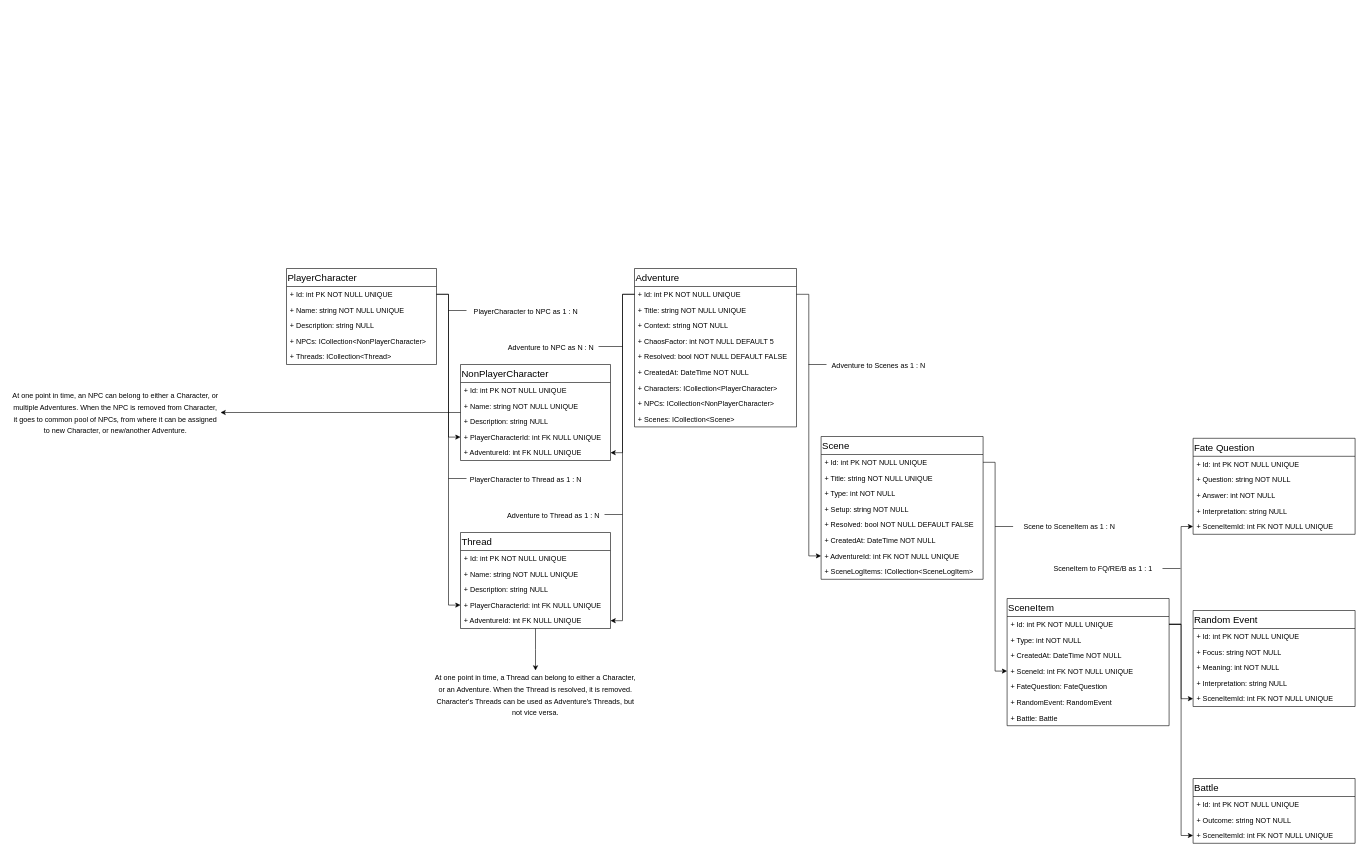
StanisKo/MGME keeps this draw.io diagram as page "Data Structure" (3 of 3) of App Flow and Data Structure.drawio. Above is the earlier version. Source tidied: cells renumbered, new cells numbered last; positions are measured from the earlier drawing's top-left corner, leaving out a move shared by most shapes. Both pictures are drawn from the tidied source at 60%, with x=0, y=0 at pixel (10, 268).
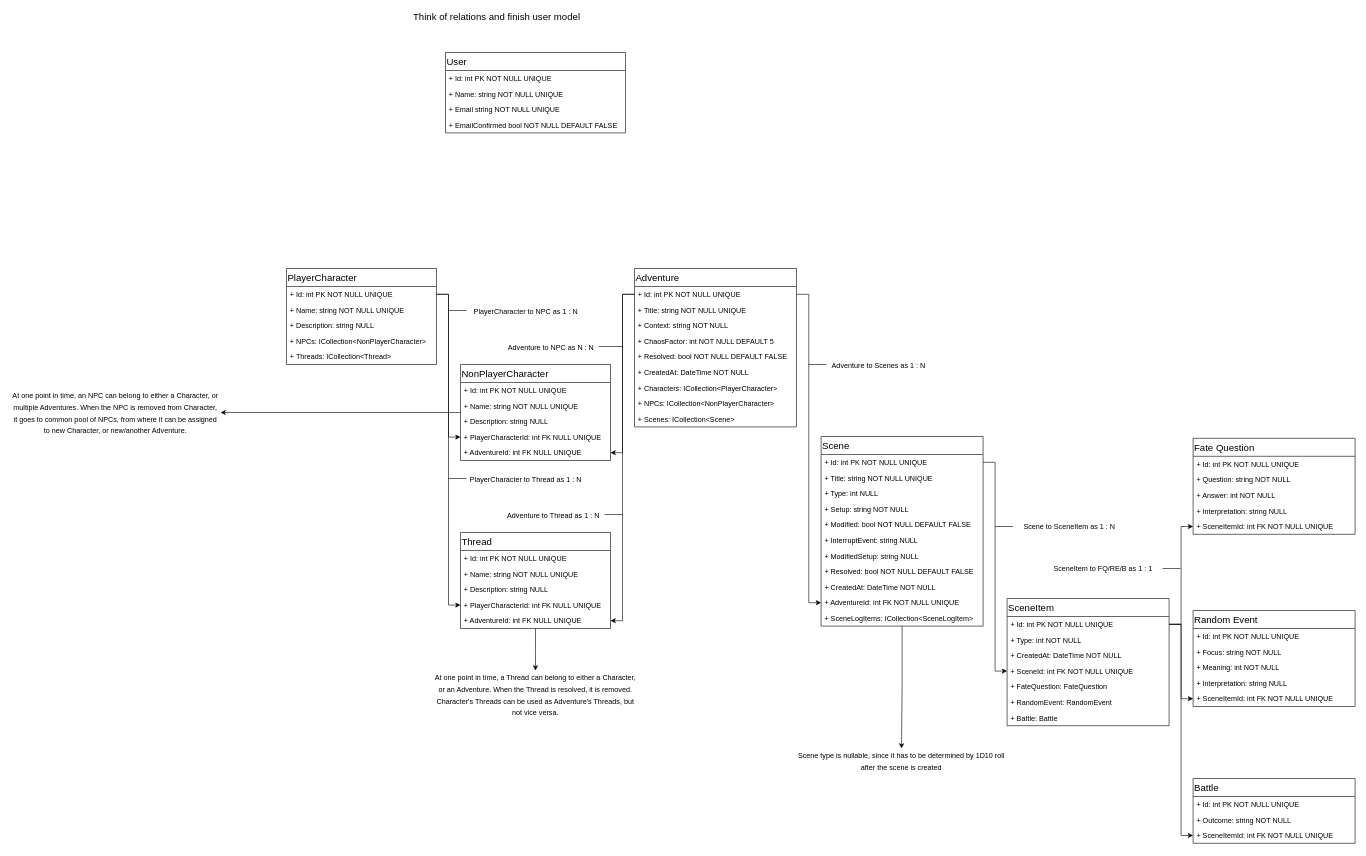
Above is the later version.

Commit message:
working on data structure

What changed in the source:
```diff
@@
     <mxCell id="46" value="Scene" style="swimlane;fontStyle=0;align=left;verticalAlign=top;horizontal=1;startSize=30;rounded=0;strokeColor=#000000;strokeWidth=1;fillColor=none;fontSize=16;fontColor=#000000;" parent="1" vertex="1">
-      <mxGeometry x="1351" y="280" width="270" height="238" as="geometry" />
+      <mxGeometry x="1351" y="280" width="270" height="316" as="geometry" />
     </mxCell>
@@
-    <mxCell id="49" value="+ Type: int NOT NULL" style="text;strokeColor=none;fillColor=none;align=left;verticalAlign=top;spacingLeft=4;spacingRight=4;overflow=hidden;" parent="46" vertex="1">
+    <mxCell id="49" value="+ Type: int NULL" style="text;strokeColor=none;fillColor=none;align=left;verticalAlign=top;spacingLeft=4;spacingRight=4;overflow=hidden;" parent="46" vertex="1">
       <mxGeometry y="82" width="270" height="26" as="geometry" />
     </mxCell>
@@
+    <mxCell id="90" value="+ Modified: bool NOT NULL DEFAULT FALSE" style="text;strokeColor=none;fillColor=none;align=left;verticalAlign=top;spacingLeft=4;spacingRight=4;overflow=hidden;" parent="46" vertex="1">
+      <mxGeometry y="134" width="270" height="26" as="geometry" />
+    </mxCell>
+    <mxCell id="91" value="+ InterruptEvent: string NULL" style="text;strokeColor=none;fillColor=none;align=left;verticalAlign=top;spacingLeft=4;spacingRight=4;overflow=hidden;" parent="46" vertex="1">
+      <mxGeometry y="160" width="270" height="26" as="geometry" />
+    </mxCell>
+    <mxCell id="92" value="+ ModifiedSetup: string NULL" style="text;strokeColor=none;fillColor=none;align=left;verticalAlign=top;spacingLeft=4;spacingRight=4;overflow=hidden;" parent="46" vertex="1">
+      <mxGeometry y="186" width="270" height="26" as="geometry" />
+    </mxCell>
     <mxCell id="51" value="+ Resolved: bool NOT NULL DEFAULT FALSE" style="text;strokeColor=none;fillColor=none;align=left;verticalAlign=top;spacingLeft=4;spacingRight=4;overflow=hidden;" parent="46" vertex="1">
-      <mxGeometry y="134" width="270" height="26" as="geometry" />
+      <mxGeometry y="212" width="270" height="26" as="geometry" />
     </mxCell>
     <mxCell id="52" value="+ CreatedAt: DateTime NOT NULL" style="text;strokeColor=none;fillColor=none;align=left;verticalAlign=top;spacingLeft=4;spacingRight=4;overflow=hidden;" parent="46" vertex="1">
-      <mxGeometry y="160" width="270" height="26" as="geometry" />
+      <mxGeometry y="238" width="270" height="26" as="geometry" />
     </mxCell>
     <mxCell id="53" value="+ AdventureId: int FK NOT NULL UNIQUE" style="text;strokeColor=none;fillColor=none;align=left;verticalAlign=top;spacingLeft=4;spacingRight=4;overflow=hidden;points=[[0,0.5],[1,0.5]];portConstraint=eastwest;" parent="46" vertex="1">
-      <mxGeometry y="186" width="270" height="26" as="geometry" />
+      <mxGeometry y="264" width="270" height="26" as="geometry" />
     </mxCell>
     <mxCell id="54" value="+ SceneLogItems: ICollection&lt;SceneLogItem&gt;" style="text;strokeColor=none;fillColor=none;align=left;verticalAlign=top;spacingLeft=4;spacingRight=4;overflow=hidden;" parent="46" vertex="1">
-      <mxGeometry y="212" width="270" height="26" as="geometry" />
+      <mxGeometry y="290" width="270" height="26" as="geometry" />
     </mxCell>
@@
+    <mxCell id="93" value="&lt;font style=&quot;font-size: 12px&quot;&gt;Scene type is nullable, since it has to be determined by 1D10 roll after the scene is created&lt;/font&gt;" style="text;html=1;strokeColor=none;fillColor=none;align=center;verticalAlign=middle;whiteSpace=wrap;rounded=0;fontSize=16;fontColor=#000000;" parent="1" vertex="1">
+      <mxGeometry x="1310" y="810" width="350" height="20" as="geometry" />
+    </mxCell>
+    <mxCell id="94" style="edgeStyle=orthogonalEdgeStyle;rounded=0;jettySize=auto;html=1;strokeWidth=1;fontSize=16;fontColor=#000000;" parent="1" edge="1" source="46">
+      <mxGeometry relative="1" as="geometry">
+        <mxPoint x="1485" y="800" as="targetPoint" />
+      </mxGeometry>
+    </mxCell>
+    <mxCell id="95" value="User" style="swimlane;fontStyle=0;align=left;verticalAlign=top;horizontal=1;startSize=30;rounded=0;strokeColor=#000000;strokeWidth=1;fillColor=none;fontSize=16;fontColor=#000000;" parent="1" vertex="1">
+      <mxGeometry x="725" y="-360" width="300" height="134" as="geometry" />
+    </mxCell>
+    <mxCell id="96" value="+ Id: int PK NOT NULL UNIQUE" style="text;strokeColor=none;fillColor=none;align=left;verticalAlign=top;spacingLeft=4;spacingRight=4;overflow=hidden;" parent="95" vertex="1">
+      <mxGeometry y="30" width="300" height="26" as="geometry" />
+    </mxCell>
+    <mxCell id="97" value="+ Name: string NOT NULL UNIQUE" style="text;strokeColor=none;fillColor=none;align=left;verticalAlign=top;spacingLeft=4;spacingRight=4;overflow=hidden;" parent="95" vertex="1">
+      <mxGeometry y="56" width="300" height="26" as="geometry" />
+    </mxCell>
+    <mxCell id="98" value="+ Email string NOT NULL UNIQUE" style="text;strokeColor=none;fillColor=none;align=left;verticalAlign=top;spacingLeft=4;spacingRight=4;overflow=hidden;" parent="95" vertex="1">
+      <mxGeometry y="82" width="300" height="26" as="geometry" />
+    </mxCell>
+    <mxCell id="99" value="+ EmailConfirmed bool NOT NULL DEFAULT FALSE" style="text;strokeColor=none;fillColor=none;align=left;verticalAlign=top;spacingLeft=4;spacingRight=4;overflow=hidden;" parent="95" vertex="1">
+      <mxGeometry y="108" width="300" height="26" as="geometry" />
+    </mxCell>
+    <mxCell id="100" value="Think of relations and finish user model" style="text;html=1;align=center;verticalAlign=middle;fontSize=16;fontColor=#000000;" parent="1" vertex="1">
+      <mxGeometry x="665" y="-430" width="290" height="20" as="geometry" />
+    </mxCell>
```
